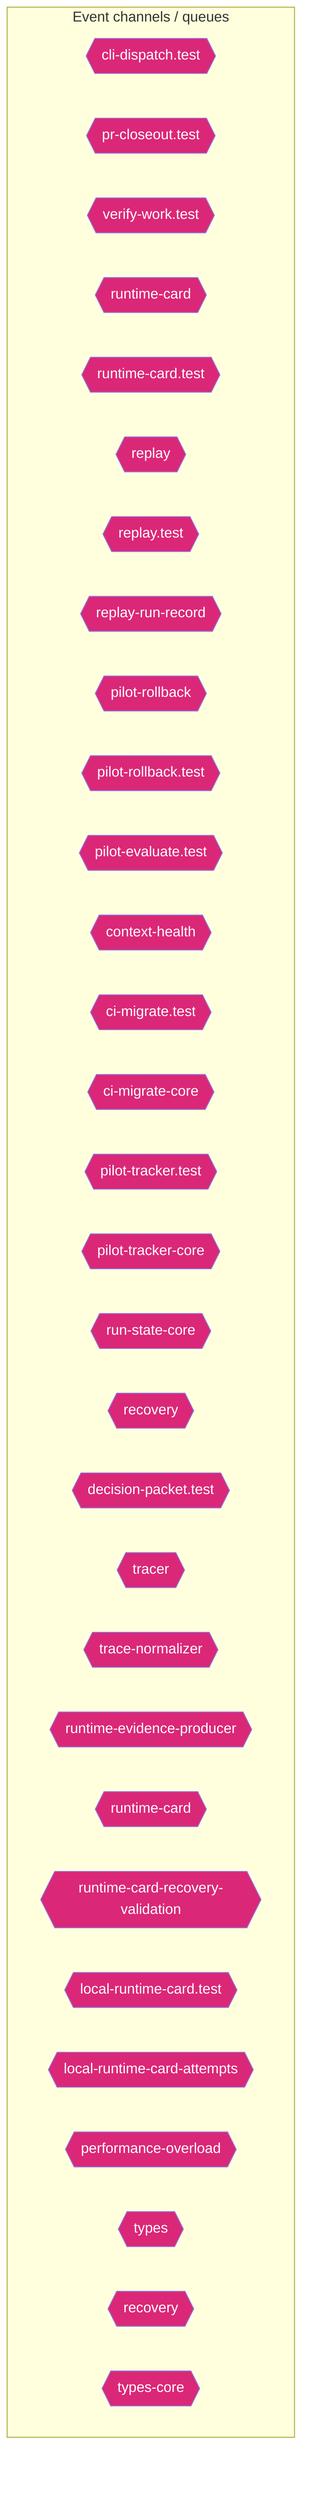
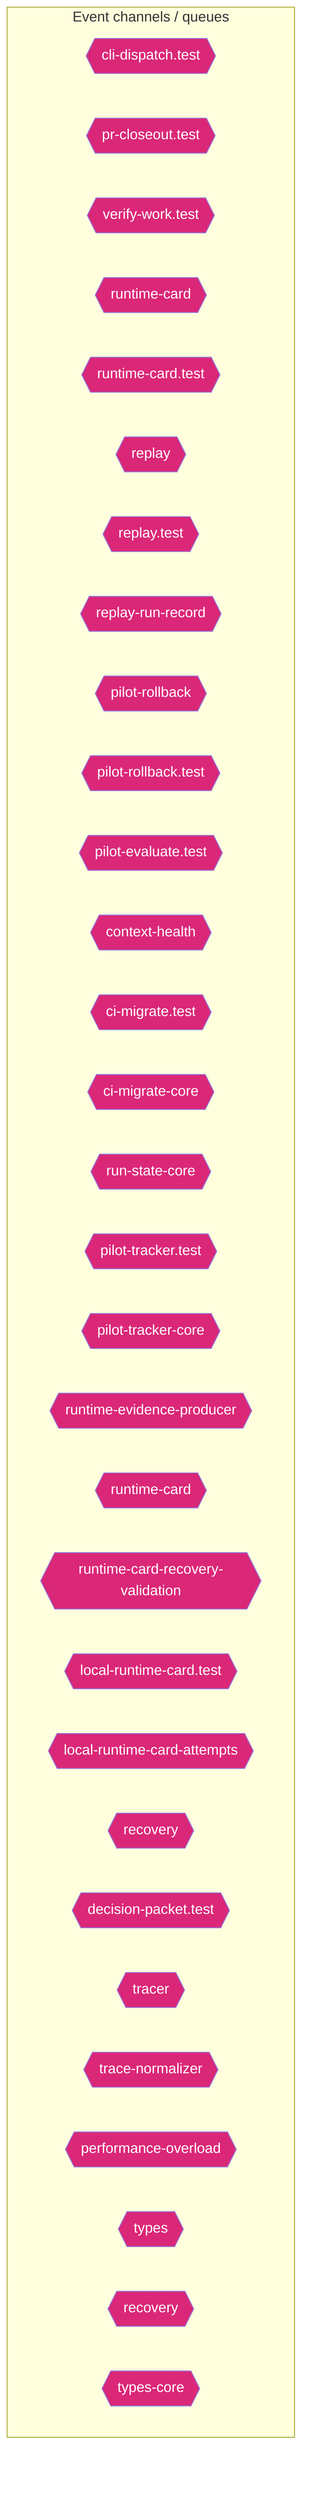
flowchart TD
  subgraph Channels["Event channels / queues"]
    cli_dispatch_test_54c9f17b{{"cli-dispatch.test"}}
    pr_closeout_test_12a1ffdd{{"pr-closeout.test"}}
    verify_work_test_0e12f6c5{{"verify-work.test"}}
    runtime_card_e06b53e1{{"runtime-card"}}
    runtime_card_test_af812837{{"runtime-card.test"}}
    replay_ac203c98{{"replay"}}
    replay_test_935f7436{{"replay.test"}}
    replay_run_record_9a08cce2{{"replay-run-record"}}
    pilot_rollback_00c1f82c{{"pilot-rollback"}}
    pilot_rollback_test_e61d5a2b{{"pilot-rollback.test"}}
    pilot_evaluate_test_a2ac06fc{{"pilot-evaluate.test"}}
    context_health_80bb7da9{{"context-health"}}
    ci_migrate_test_2a015bb9{{"ci-migrate.test"}}
    ci_migrate_core_7005b5af{{"ci-migrate-core"}}
+     run_state_core_25a955bc{{"run-state-core"}}
    pilot_tracker_test_80398a66{{"pilot-tracker.test"}}
    pilot_tracker_core_80d8ac96{{"pilot-tracker-core"}}
-     run_state_core_25a955bc{{"run-state-core"}}
-     recovery_8c585378{{"recovery"}}
-     decision_packet_test_9ea0e97b{{"decision-packet.test"}}
-     tracer_1e6243a2{{"tracer"}}
-     trace_normalizer_cb1be1d2{{"trace-normalizer"}}
    runtime_evidence_producer_ea388cb5{{"runtime-evidence-producer"}}
    runtime_card_1_465a49d2{{"runtime-card"}}
    runtime_card_recovery_validation_e216d883{{"runtime-card-recovery-validation"}}
    local_runtime_card_test_b508222b{{"local-runtime-card.test"}}
    local_runtime_card_attempts_28aa46ea{{"local-runtime-card-attempts"}}
+     recovery_8c585378{{"recovery"}}
+     decision_packet_test_9ea0e97b{{"decision-packet.test"}}
+     tracer_1e6243a2{{"tracer"}}
+     trace_normalizer_cb1be1d2{{"trace-normalizer"}}
    performance_overload_c685bfcf{{"performance-overload"}}
-     types_7_2f1ed65e{{"types"}}
+     types_8_f6283648{{"types"}}
    recovery_1_4d1804ab{{"recovery"}}
    types_core_e405ddca{{"types-core"}}
  end
  classDef eventNode fill:#db2777,color:#fff
-   class cli_dispatch_test_54c9f17b,pr_closeout_test_12a1ffdd,verify_work_test_0e12f6c5,runtime_card_e06b53e1,runtime_card_test_af812837,replay_ac203c98,replay_test_935f7436,replay_run_record_9a08cce2,pilot_rollback_00c1f82c,pilot_rollback_test_e61d5a2b,pilot_evaluate_test_a2ac06fc,context_health_80bb7da9,ci_migrate_test_2a015bb9,ci_migrate_core_7005b5af,pilot_tracker_test_80398a66,pilot_tracker_core_80d8ac96,run_state_core_25a955bc,recovery_8c585378,decision_packet_test_9ea0e97b,tracer_1e6243a2,trace_normalizer_cb1be1d2,runtime_evidence_producer_ea388cb5,runtime_card_1_465a49d2,runtime_card_recovery_validation_e216d883,local_runtime_card_test_b508222b,local_runtime_card_attempts_28aa46ea,performance_overload_c685bfcf,types_7_2f1ed65e,recovery_1_4d1804ab,types_core_e405ddca eventNode
+   class cli_dispatch_test_54c9f17b,pr_closeout_test_12a1ffdd,verify_work_test_0e12f6c5,runtime_card_e06b53e1,runtime_card_test_af812837,replay_ac203c98,replay_test_935f7436,replay_run_record_9a08cce2,pilot_rollback_00c1f82c,pilot_rollback_test_e61d5a2b,pilot_evaluate_test_a2ac06fc,context_health_80bb7da9,ci_migrate_test_2a015bb9,ci_migrate_core_7005b5af,run_state_core_25a955bc,pilot_tracker_test_80398a66,pilot_tracker_core_80d8ac96,runtime_evidence_producer_ea388cb5,runtime_card_1_465a49d2,runtime_card_recovery_validation_e216d883,local_runtime_card_test_b508222b,local_runtime_card_attempts_28aa46ea,recovery_8c585378,decision_packet_test_9ea0e97b,tracer_1e6243a2,trace_normalizer_cb1be1d2,performance_overload_c685bfcf,types_8_f6283648,recovery_1_4d1804ab,types_core_e405ddca eventNode
